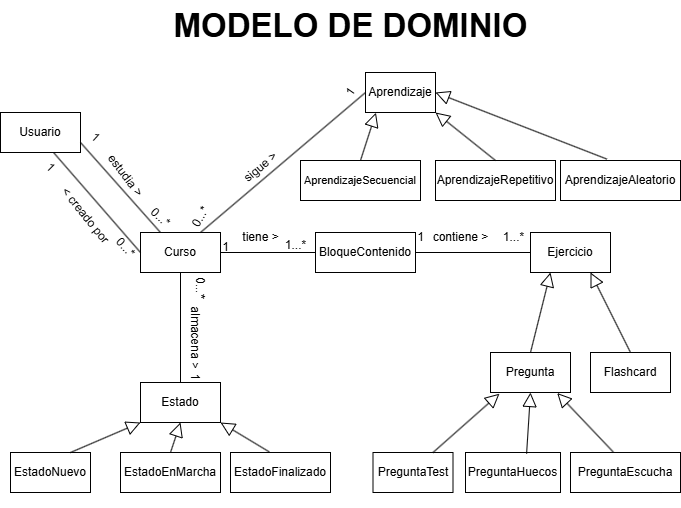
This is DocumentosProyecto/modelo_dominio.png from ibracb/duolingo-baratero, a draw.io export, as it was before one commit. Source tidied: cells renumbered, new cells last; positions are measured from the earlier drawing's top-left corner, leaving out a move shared by most shapes.
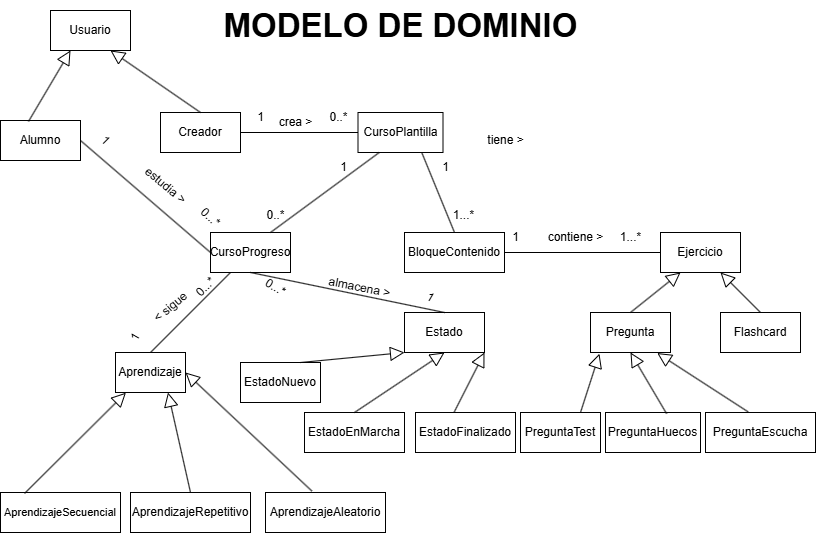
Later version of the same file.

The edit, as a diff of the source:
```diff
@@ -2,50 +2,47 @@
   <root>
     <mxCell id="0" />
     <mxCell id="1" parent="0" />
-    <mxCell id="2" value="Curso" style="whiteSpace=wrap;html=1;align=center;" parent="1" vertex="1">
-      <mxGeometry x="140" y="232" width="80" height="40" as="geometry" />
+    <mxCell id="2" value="CursoProgreso" style="whiteSpace=wrap;html=1;align=center;" parent="1" vertex="1">
+      <mxGeometry x="160" y="232" width="80" height="40" as="geometry" />
     </mxCell>
     <mxCell id="3" value="BloqueContenido" style="whiteSpace=wrap;html=1;align=center;" parent="1" vertex="1">
-      <mxGeometry x="315" y="232" width="100" height="40" as="geometry" />
+      <mxGeometry x="354" y="232" width="100" height="40" as="geometry" />
     </mxCell>
     <mxCell id="4" value="PreguntaHuecos" style="whiteSpace=wrap;html=1;align=center;" parent="1" vertex="1">
-      <mxGeometry x="465" y="452" width="95" height="40" as="geometry" />
+      <mxGeometry x="555" y="412" width="95" height="40" as="geometry" />
     </mxCell>
-    <mxCell id="5" value="Usuario" style="whiteSpace=wrap;html=1;align=center;" parent="1" vertex="1">
-      <mxGeometry y="112" width="80" height="40" as="geometry" />
-    </mxCell>
     <mxCell id="6" value="PreguntaTest" style="whiteSpace=wrap;html=1;align=center;" parent="1" vertex="1">
-      <mxGeometry x="372.5" y="452" width="80" height="40" as="geometry" />
+      <mxGeometry x="470" y="412" width="80" height="40" as="geometry" />
     </mxCell>
     <mxCell id="7" value="Ejercicio" style="whiteSpace=wrap;html=1;align=center;" parent="1" vertex="1">
-      <mxGeometry x="530" y="232" width="80" height="40" as="geometry" />
+      <mxGeometry x="610" y="232" width="80" height="40" as="geometry" />
     </mxCell>
     <mxCell id="8" value="Flashcard" style="whiteSpace=wrap;html=1;align=center;" parent="1" vertex="1">
-      <mxGeometry x="590" y="352" width="80" height="40" as="geometry" />
+      <mxGeometry x="670" y="312" width="80" height="40" as="geometry" />
     </mxCell>
     <mxCell id="9" value="Aprendizaje" style="whiteSpace=wrap;html=1;align=center;" parent="1" vertex="1">
-      <mxGeometry x="365" y="72" width="70" height="40" as="geometry" />
+      <mxGeometry x="65" y="352" width="70" height="40" as="geometry" />
     </mxCell>
     <mxCell id="10" value="&lt;font style=&quot;font-size: 11px;&quot;&gt;AprendizajeSecuencial&lt;/font&gt;" style="whiteSpace=wrap;html=1;align=center;" parent="1" vertex="1">
-      <mxGeometry x="300" y="160" width="120" height="40" as="geometry" />
+      <mxGeometry x="-50" y="492" width="120" height="40" as="geometry" />
     </mxCell>
     <mxCell id="11" value="AprendizajeAleatorio" style="whiteSpace=wrap;html=1;align=center;" parent="1" vertex="1">
-      <mxGeometry x="560" y="160" width="120" height="40" as="geometry" />
+      <mxGeometry x="215" y="492" width="120" height="40" as="geometry" />
     </mxCell>
     <mxCell id="12" value="AprendizajeRepetitivo" style="whiteSpace=wrap;html=1;align=center;" parent="1" vertex="1">
-      <mxGeometry x="435" y="160" width="120" height="40" as="geometry" />
+      <mxGeometry x="80" y="492" width="120" height="40" as="geometry" />
     </mxCell>
     <mxCell id="13" value="EstadoFinalizado" style="whiteSpace=wrap;html=1;align=center;" parent="1" vertex="1">
-      <mxGeometry x="230" y="452" width="100" height="40" as="geometry" />
+      <mxGeometry x="365" y="412" width="100" height="40" as="geometry" />
     </mxCell>
     <mxCell id="14" value="EstadoEnMarcha" style="whiteSpace=wrap;html=1;align=center;" parent="1" vertex="1">
-      <mxGeometry x="120" y="452" width="100" height="40" as="geometry" />
+      <mxGeometry x="254" y="412" width="100" height="40" as="geometry" />
     </mxCell>
     <mxCell id="15" value="EstadoNuevo" style="whiteSpace=wrap;html=1;align=center;" parent="1" vertex="1">
-      <mxGeometry x="10" y="452" width="80" height="40" as="geometry" />
+      <mxGeometry x="190" y="362" width="80" height="40" as="geometry" />
     </mxCell>
     <mxCell id="16" value="Estado" style="whiteSpace=wrap;html=1;align=center;" parent="1" vertex="1">
-      <mxGeometry x="140" y="382" width="80" height="40" as="geometry" />
+      <mxGeometry x="354" y="312" width="80" height="40" as="geometry" />
     </mxCell>
     <mxCell id="17" style="endArrow=block;endFill=0;endSize=12;html=1;rounded=0;entryX=0.5;entryY=1;entryDx=0;entryDy=0;exitX=0.5;exitY=0;exitDx=0;exitDy=0;" parent="1" edge="1" source="14" target="16">
       <mxGeometry relative="1" as="geometry" />
@@ -59,27 +56,22 @@
     <mxCell id="20" style="endArrow=block;endFill=0;endSize=12;html=1;rounded=0;entryX=0;entryY=1;entryDx=0;entryDy=0;exitX=0.75;exitY=0;exitDx=0;exitDy=0;" parent="1" edge="1" source="15" target="16">
       <mxGeometry relative="1" as="geometry" />
     </mxCell>
-    <mxCell id="21" style="endArrow=block;endFill=0;endSize=12;html=1;rounded=0;entryX=0.149;entryY=1.005;entryDx=0;entryDy=0;exitX=0.5;exitY=0;exitDx=0;exitDy=0;entryPerimeter=0;" parent="1" edge="1" source="10" target="9">
+    <mxCell id="21" style="endArrow=block;endFill=0;endSize=12;html=1;rounded=0;entryX=0.149;entryY=1.005;entryDx=0;entryDy=0;entryPerimeter=0;exitX=0.2;exitY=0.025;exitDx=0;exitDy=0;exitPerimeter=0;" parent="1" edge="1" source="10" target="9">
       <mxGeometry relative="1" as="geometry" />
     </mxCell>
     <mxCell id="22" style="endArrow=block;endFill=0;endSize=12;html=1;rounded=0;entryX=1;entryY=0.5;entryDx=0;entryDy=0;exitX=0.387;exitY=-0.035;exitDx=0;exitDy=0;exitPerimeter=0;" parent="1" edge="1" source="11" target="9">
       <mxGeometry relative="1" as="geometry" />
     </mxCell>
-    <mxCell id="23" style="endArrow=block;endFill=0;endSize=12;html=1;rounded=0;entryX=1;entryY=1;entryDx=0;entryDy=0;exitX=0.5;exitY=0;exitDx=0;exitDy=0;" parent="1" edge="1" source="12" target="9">
+    <mxCell id="23" style="endArrow=block;endFill=0;endSize=12;html=1;rounded=0;entryX=0.75;entryY=1;entryDx=0;entryDy=0;exitX=0.5;exitY=0;exitDx=0;exitDy=0;" parent="1" edge="1" source="12" target="9">
       <mxGeometry relative="1" as="geometry" />
     </mxCell>
-    <mxCell id="24" style="endArrow=none;html=1;rounded=0;exitX=1;exitY=0.75;exitDx=0;exitDy=0;entryX=0.25;entryY=0;entryDx=0;entryDy=0;" parent="1" edge="1" source="5" target="2">
+    <mxCell id="24" style="endArrow=none;html=1;rounded=0;exitX=1;exitY=0.5;exitDx=0;exitDy=0;entryX=0;entryY=0.5;entryDx=0;entryDy=0;" parent="1" edge="1" source="57" target="2">
       <mxGeometry relative="1" as="geometry" />
     </mxCell>
-    <mxCell id="25" style="endArrow=none;html=1;rounded=0;exitX=0.665;exitY=1.005;exitDx=0;exitDy=0;entryX=0.25;entryY=0;entryDx=0;entryDy=0;exitPerimeter=0;" parent="1" edge="1" source="5">
-      <mxGeometry relative="1" as="geometry">
-        <mxPoint x="140" y="252" as="targetPoint" />
-      </mxGeometry>
-    </mxCell>
-    <mxCell id="26" style="endArrow=none;html=1;rounded=0;exitX=0.75;exitY=0;exitDx=0;exitDy=0;entryX=0;entryY=0.5;entryDx=0;entryDy=0;" parent="1" edge="1" source="2" target="9">
+    <mxCell id="26" style="endArrow=none;html=1;rounded=0;exitX=0.25;exitY=1;exitDx=0;exitDy=0;entryX=0.5;entryY=0;entryDx=0;entryDy=0;" parent="1" edge="1" source="2" target="9">
       <mxGeometry relative="1" as="geometry" />
     </mxCell>
-    <mxCell id="27" style="endArrow=none;html=1;rounded=0;entryX=0;entryY=0.5;entryDx=0;entryDy=0;exitX=1;exitY=0.5;exitDx=0;exitDy=0;" parent="1" edge="1" source="2" target="3">
+    <mxCell id="27" style="endArrow=none;html=1;rounded=0;entryX=0.5;entryY=0;entryDx=0;entryDy=0;exitX=0.75;exitY=1;exitDx=0;exitDy=0;" parent="1" edge="1" source="60" target="3">
       <mxGeometry relative="1" as="geometry" />
     </mxCell>
     <mxCell id="28" style="endArrow=none;html=1;rounded=0;exitX=1;exitY=0.5;exitDx=0;exitDy=0;entryX=0;entryY=0.5;entryDx=0;entryDy=0;" parent="1" edge="1" source="3" target="7">
@@ -88,62 +80,56 @@
     <mxCell id="29" style="endArrow=none;html=1;rounded=0;exitX=0.5;exitY=1;exitDx=0;exitDy=0;entryX=0.5;entryY=0;entryDx=0;entryDy=0;" parent="1" edge="1" source="2" target="16">
       <mxGeometry relative="1" as="geometry" />
     </mxCell>
-    <mxCell id="30" value="almacena &amp;gt;" style="text;html=1;align=center;verticalAlign=middle;strokeColor=none;fillColor=none;rotation=90;" parent="1" vertex="1">
-      <mxGeometry x="150" y="322" width="90" height="30" as="geometry" />
+    <mxCell id="30" value="almacena &amp;gt;" style="text;html=1;align=center;verticalAlign=middle;strokeColor=none;fillColor=none;rotation=11;" parent="1" vertex="1">
+      <mxGeometry x="264" y="272" width="90" height="30" as="geometry" />
     </mxCell>
-    <mxCell id="31" value="estudia &amp;gt;" style="text;html=1;align=center;verticalAlign=middle;strokeColor=none;fillColor=none;rotation=53;" parent="1" vertex="1">
-      <mxGeometry x="90" y="160" width="70" height="30" as="geometry" />
+    <mxCell id="31" value="estudia &amp;gt;" style="text;html=1;align=center;verticalAlign=middle;strokeColor=none;fillColor=none;rotation=40;" parent="1" vertex="1">
+      <mxGeometry x="80" y="170" width="70" height="30" as="geometry" />
     </mxCell>
-    <mxCell id="32" value="&amp;lt; creado por" style="text;html=1;align=center;verticalAlign=middle;strokeColor=none;fillColor=none;rotation=51;" parent="1" vertex="1">
-      <mxGeometry x="40" y="200" width="90" height="30" as="geometry" />
+    <mxCell id="32" value="crea &amp;gt;" style="text;html=1;align=center;verticalAlign=middle;strokeColor=none;fillColor=none;rotation=0;" parent="1" vertex="1">
+      <mxGeometry x="215" y="107" width="60" height="30" as="geometry" />
     </mxCell>
-    <mxCell id="33" value="sigue &amp;gt;" style="text;html=1;align=center;verticalAlign=middle;strokeColor=none;fillColor=none;rotation=320;" parent="1" vertex="1">
-      <mxGeometry x="230" y="152" width="60" height="30" as="geometry" />
+    <mxCell id="33" value="&amp;lt; sigue" style="text;html=1;align=center;verticalAlign=middle;strokeColor=none;fillColor=none;rotation=320;" parent="1" vertex="1">
+      <mxGeometry x="90" y="292" width="60" height="30" as="geometry" />
     </mxCell>
     <mxCell id="34" value="tiene &amp;gt;" style="text;html=1;align=center;verticalAlign=middle;strokeColor=none;fillColor=none;" parent="1" vertex="1">
-      <mxGeometry x="230" y="222" width="60" height="30" as="geometry" />
+      <mxGeometry x="425" y="125" width="60" height="30" as="geometry" />
     </mxCell>
     <mxCell id="35" value="contiene &amp;gt;" style="text;html=1;align=center;verticalAlign=middle;strokeColor=none;fillColor=none;" parent="1" vertex="1">
-      <mxGeometry x="420" y="222" width="80" height="30" as="geometry" />
+      <mxGeometry x="485" y="222" width="80" height="30" as="geometry" />
     </mxCell>
-    <mxCell id="36" value="1" style="text;html=1;align=center;verticalAlign=middle;strokeColor=none;fillColor=none;rotation=42;" parent="1" vertex="1">
-      <mxGeometry x="80" y="122" width="30" height="30" as="geometry" />
-    </mxCell>
     <mxCell id="37" value="0...*" style="text;html=1;align=center;verticalAlign=middle;strokeColor=none;fillColor=none;rotation=43;" parent="1" vertex="1">
       <mxGeometry x="140" y="202" width="40" height="30" as="geometry" />
     </mxCell>
-    <mxCell id="38" value="0...*" style="text;html=1;align=center;verticalAlign=middle;strokeColor=none;fillColor=none;rotation=90;" parent="1" vertex="1">
-      <mxGeometry x="180" y="272" width="40" height="30" as="geometry" />
+    <mxCell id="38" value="0...*" style="text;html=1;align=center;verticalAlign=middle;strokeColor=none;fillColor=none;rotation=31;" parent="1" vertex="1">
+      <mxGeometry x="205" y="272" width="40" height="30" as="geometry" />
     </mxCell>
-    <mxCell id="39" value="1" style="text;html=1;align=center;verticalAlign=middle;strokeColor=none;fillColor=none;rotation=90;" parent="1" vertex="1">
-      <mxGeometry x="180" y="362" width="30" height="30" as="geometry" />
+    <mxCell id="39" value="1" style="text;html=1;align=center;verticalAlign=middle;strokeColor=none;fillColor=none;rotation=30;" parent="1" vertex="1">
+      <mxGeometry x="365" y="282" width="30" height="30" as="geometry" />
     </mxCell>
-    <mxCell id="40" value="0...*" style="text;html=1;align=center;verticalAlign=middle;strokeColor=none;fillColor=none;rotation=300;" parent="1" vertex="1">
-      <mxGeometry x="180" y="202" width="40" height="30" as="geometry" />
-    </mxCell>
-    <mxCell id="41" value="1" style="text;html=1;align=center;verticalAlign=middle;strokeColor=none;fillColor=none;rotation=305;" parent="1" vertex="1">
-      <mxGeometry x="335" y="77" width="30" height="30" as="geometry" />
+    <mxCell id="41" value="0..*" style="text;html=1;align=center;verticalAlign=middle;strokeColor=none;fillColor=none;rotation=0;" parent="1" vertex="1">
+      <mxGeometry x="267.5" y="102" width="40" height="30" as="geometry" />
     </mxCell>
     <mxCell id="42" value="1" style="text;html=1;align=center;verticalAlign=middle;strokeColor=none;fillColor=none;" parent="1" vertex="1">
-      <mxGeometry x="405" y="222" width="30" height="30" as="geometry" />
+      <mxGeometry x="450" y="222" width="30" height="30" as="geometry" />
     </mxCell>
     <mxCell id="43" value="1...*" style="text;html=1;align=center;verticalAlign=middle;strokeColor=none;fillColor=none;" parent="1" vertex="1">
-      <mxGeometry x="492.5" y="222" width="40" height="30" as="geometry" />
+      <mxGeometry x="560" y="222" width="40" height="30" as="geometry" />
     </mxCell>
     <mxCell id="44" value="1" style="text;html=1;align=center;verticalAlign=middle;strokeColor=none;fillColor=none;rotation=45;" parent="1" vertex="1">
-      <mxGeometry x="35" y="152" width="30" height="30" as="geometry" />
+      <mxGeometry x="40" y="125" width="30" height="30" as="geometry" />
     </mxCell>
-    <mxCell id="45" value="0...*" style="text;html=1;align=center;verticalAlign=middle;strokeColor=none;fillColor=none;rotation=47;" parent="1" vertex="1">
-      <mxGeometry x="105" y="232" width="40" height="30" as="geometry" />
+    <mxCell id="45" value="0...*" style="text;html=1;align=center;verticalAlign=middle;strokeColor=none;fillColor=none;rotation=-45;" parent="1" vertex="1">
+      <mxGeometry x="135" y="272" width="40" height="30" as="geometry" />
     </mxCell>
     <mxCell id="46" value="1" style="text;html=1;align=center;verticalAlign=middle;strokeColor=none;fillColor=none;" parent="1" vertex="1">
-      <mxGeometry x="210" y="232" width="30" height="30" as="geometry" />
+      <mxGeometry x="380" y="152" width="30" height="30" as="geometry" />
     </mxCell>
     <mxCell id="47" value="1...*" style="text;html=1;align=center;verticalAlign=middle;strokeColor=none;fillColor=none;" parent="1" vertex="1">
-      <mxGeometry x="275" y="230" width="40" height="30" as="geometry" />
+      <mxGeometry x="392.5" y="200" width="40" height="30" as="geometry" />
     </mxCell>
     <mxCell id="48" value="Pregunta" style="whiteSpace=wrap;html=1;align=center;" parent="1" vertex="1">
-      <mxGeometry x="490" y="352" width="80" height="40" as="geometry" />
+      <mxGeometry x="540" y="312" width="80" height="40" as="geometry" />
     </mxCell>
     <mxCell id="49" style="endArrow=block;endFill=0;endSize=12;html=1;rounded=0;exitX=0.5;exitY=0;exitDx=0;exitDy=0;entryX=0.25;entryY=1;entryDx=0;entryDy=0;" parent="1" edge="1" source="48" target="7">
       <mxGeometry relative="1" as="geometry" />
@@ -160,13 +146,44 @@
     <mxCell id="53" value="&lt;b&gt;&lt;font style=&quot;font-size: 33px;&quot;&gt;MODELO DE DOMINIO&lt;/font&gt;&lt;/b&gt;" style="text;html=1;align=center;verticalAlign=middle;strokeColor=none;fillColor=none;" parent="1" vertex="1">
       <mxGeometry x="160" width="380" height="50" as="geometry" />
     </mxCell>
-    <mxCell id="54" style="endArrow=block;endFill=0;endSize=12;html=1;rounded=0;exitX=0.388;exitY=-0.015;exitDx=0;exitDy=0;entryX=0.834;entryY=1.013;entryDx=0;entryDy=0;exitPerimeter=0;entryPerimeter=0;" parent="1" edge="1" target="55">
-      <mxGeometry relative="1" as="geometry">
-        <mxPoint x="619" y="471" as="sourcePoint" />
-      </mxGeometry>
-    </mxCell>
     <mxCell id="55" value="PreguntaEscucha" style="whiteSpace=wrap;html=1;align=center;" parent="1" vertex="1">
-      <mxGeometry x="570" y="452" width="110" height="40" as="geometry" />
+      <mxGeometry x="655" y="412" width="110" height="40" as="geometry" />
     </mxCell>
+    <mxCell id="56" value="Creador" style="whiteSpace=wrap;html=1;align=center;" parent="1" vertex="1">
+      <mxGeometry x="110" y="112" width="80" height="40" as="geometry" />
+    </mxCell>
+    <mxCell id="57" value="Alumno" style="whiteSpace=wrap;html=1;align=center;" parent="1" vertex="1">
+      <mxGeometry x="-50" y="120" width="80" height="40" as="geometry" />
+    </mxCell>
+    <mxCell id="5" value="Usuario" style="whiteSpace=wrap;html=1;align=center;" parent="1" vertex="1">
+      <mxGeometry y="10" width="80" height="40" as="geometry" />
+    </mxCell>
+    <mxCell id="58" style="endArrow=block;endFill=0;endSize=12;html=1;rounded=0;exitX=0.5;exitY=0;exitDx=0;exitDy=0;entryX=0.75;entryY=1;entryDx=0;entryDy=0;" parent="1" edge="1" source="56" target="5">
+      <mxGeometry relative="1" as="geometry" />
+    </mxCell>
+    <mxCell id="59" style="endArrow=block;endFill=0;endSize=12;html=1;rounded=0;exitX=0.35;exitY=0.025;exitDx=0;exitDy=0;entryX=0.25;entryY=1;entryDx=0;entryDy=0;exitPerimeter=0;" parent="1" edge="1" source="57" target="5">
+      <mxGeometry relative="1" as="geometry" />
+    </mxCell>
+    <mxCell id="60" value="CursoPlantilla" style="whiteSpace=wrap;html=1;align=center;" parent="1" vertex="1">
+      <mxGeometry x="307.5" y="112" width="85" height="40" as="geometry" />
+    </mxCell>
+    <mxCell id="61" style="endArrow=none;html=1;rounded=0;exitX=1;exitY=0.5;exitDx=0;exitDy=0;entryX=0;entryY=0.5;entryDx=0;entryDy=0;" parent="1" edge="1" source="56" target="60">
+      <mxGeometry relative="1" as="geometry" />
+    </mxCell>
+    <mxCell id="62" value="1" style="text;html=1;align=center;verticalAlign=middle;strokeColor=none;fillColor=none;rotation=0;" parent="1" vertex="1">
+      <mxGeometry x="195" y="102" width="30" height="30" as="geometry" />
+    </mxCell>
+    <mxCell id="63" value="1" style="text;html=1;align=center;verticalAlign=middle;strokeColor=none;fillColor=none;rotation=-60;" parent="1" vertex="1">
+      <mxGeometry x="70" y="322" width="30" height="30" as="geometry" />
+    </mxCell>
+    <mxCell id="64" style="endArrow=none;html=1;rounded=0;exitX=0.25;exitY=1;exitDx=0;exitDy=0;entryX=0.75;entryY=0;entryDx=0;entryDy=0;" parent="1" edge="1" source="60" target="2">
+      <mxGeometry relative="1" as="geometry" />
+    </mxCell>
+    <mxCell id="65" value="1" style="text;html=1;align=center;verticalAlign=middle;strokeColor=none;fillColor=none;rotation=0;" parent="1" vertex="1">
+      <mxGeometry x="277.5" y="152" width="30" height="30" as="geometry" />
+    </mxCell>
+    <mxCell id="66" value="0..*" style="text;html=1;align=center;verticalAlign=middle;strokeColor=none;fillColor=none;rotation=0;" parent="1" vertex="1">
+      <mxGeometry x="205" y="200" width="40" height="30" as="geometry" />
+    </mxCell>
   </root>
 </mxGraphModel>
```
